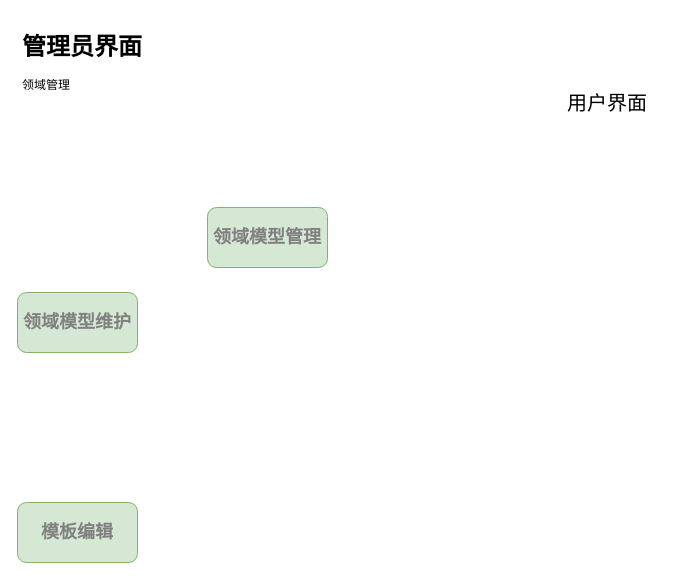
The draw.io diagram 原型设计.drawio in HonyoLAN/telmy, before the edit. Source tidied: cells renumbered, new cells numbered last; positions are measured from the earlier drawing's top-left corner, leaving out a move shared by most shapes. Both pictures are drawn from the tidied source at 100%, with x=0, y=0 at pixel (17, 27).
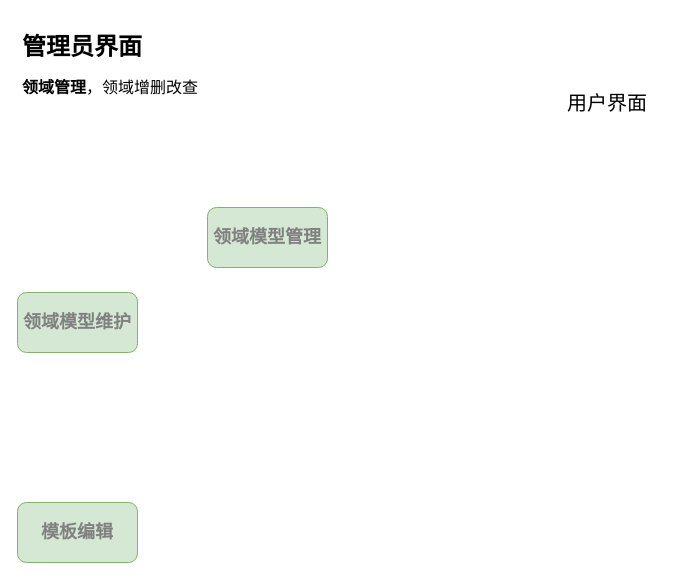
The same page after the edit.

Commit message (it also covers changes not shown here):
更新原型设计.drawio

The edit, as a diff of the source:
```diff
@@
 <mxGraphModel>
   <root>
     <mxCell id="0" />
     <mxCell id="1" parent="0" />
     <mxCell id="2" value="&lt;b&gt;&lt;font style=&quot;font-size: 18px;&quot;&gt;领域模型维护&lt;/font&gt;&lt;/b&gt;" style="rounded=1;whiteSpace=wrap;html=1;fillColor=#d5e8d4;strokeColor=#82b366;fontColor=#808080;" parent="1" vertex="1">
       <mxGeometry y="265" width="120" height="60" as="geometry" />
     </mxCell>
     <mxCell id="3" value="&lt;b&gt;&lt;font style=&quot;font-size: 18px;&quot;&gt;模板编辑&lt;/font&gt;&lt;/b&gt;" style="rounded=1;whiteSpace=wrap;html=1;fillColor=#d5e8d4;strokeColor=#82b366;fontColor=#808080;" parent="1" vertex="1">
       <mxGeometry y="475" width="120" height="60" as="geometry" />
     </mxCell>
     <mxCell id="4" value="&lt;b&gt;&lt;font style=&quot;font-size: 18px;&quot;&gt;领域模型管理&lt;/font&gt;&lt;/b&gt;" style="rounded=1;whiteSpace=wrap;html=1;fillColor=#d5e8d4;strokeColor=#82b366;fontColor=#808080;" parent="1" vertex="1">
       <mxGeometry x="190" y="180" width="120" height="60" as="geometry" />
     </mxCell>
     <mxCell id="5" value="用户界面" style="text;html=1;strokeColor=none;fillColor=none;align=center;verticalAlign=middle;whiteSpace=wrap;rounded=0;fontSize=20;" parent="1" vertex="1">
       <mxGeometry x="520" y="60" width="140" height="30" as="geometry" />
     </mxCell>
-    <mxCell id="6" value="&lt;h1&gt;管理员界面&lt;br&gt;&lt;/h1&gt;&lt;p&gt;领域管理&lt;br&gt;&lt;br&gt;&lt;/p&gt;" style="text;html=1;strokeColor=none;fillColor=none;spacing=5;spacingTop=-20;whiteSpace=wrap;overflow=hidden;rounded=0;" parent="1" vertex="1">
+    <mxCell id="6" value="&lt;h1&gt;管理员界面&lt;br&gt;&lt;/h1&gt;&lt;p style=&quot;font-size: 16px;&quot;&gt;&lt;b&gt;领域管理&lt;/b&gt;，领域增删改查&lt;br&gt;&lt;br&gt;&lt;/p&gt;" style="text;html=1;strokeColor=none;fillColor=none;spacing=5;spacingTop=-20;whiteSpace=wrap;overflow=hidden;rounded=0;" parent="1" vertex="1">
       <mxGeometry width="190" height="120" as="geometry" />
     </mxCell>
   </root>
 </mxGraphModel>
```
